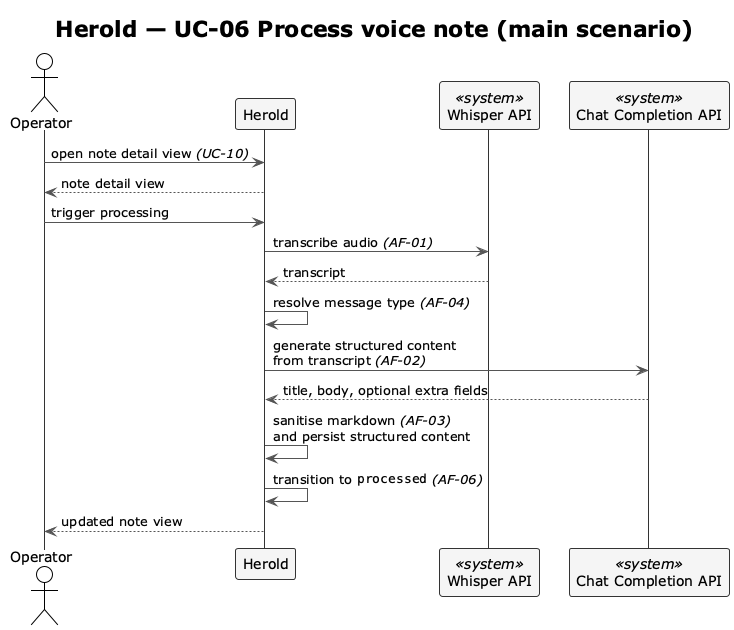
Earlier version of the PlantUML export docs/spec/diagrams-png/f2-uc06-process-note.png (carstenlucke/herold).
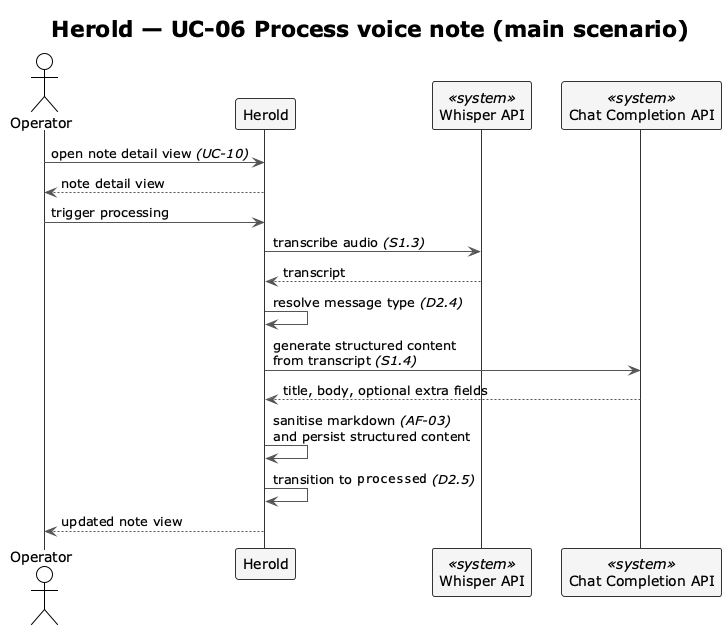
Later version of the same file.

The edit, as a diff of the source:
```diff
@@ -19,13 +19,13 @@
 SYS --> OP      : note detail view
 
 OP  ->  SYS     : trigger processing
-SYS ->  WHISPER : transcribe audio //(AF-01)//
+SYS ->  WHISPER : transcribe audio //(S1.3)//
 WHISPER --> SYS : transcript
-SYS ->  SYS     : resolve message type //(AF-04)//
-SYS ->  CHAT    : generate structured content\nfrom transcript //(AF-02)//
+SYS ->  SYS     : resolve message type //(D2.4)//
+SYS ->  CHAT    : generate structured content\nfrom transcript //(S1.4)//
 CHAT --> SYS    : title, body, optional extra fields
 SYS ->  SYS     : sanitise markdown //(AF-03)//\nand persist structured content
-SYS ->  SYS     : transition to ""processed"" //(AF-06)//
+SYS ->  SYS     : transition to ""processed"" //(D2.5)//
 SYS --> OP      : updated note view
 
 @enduml
```
